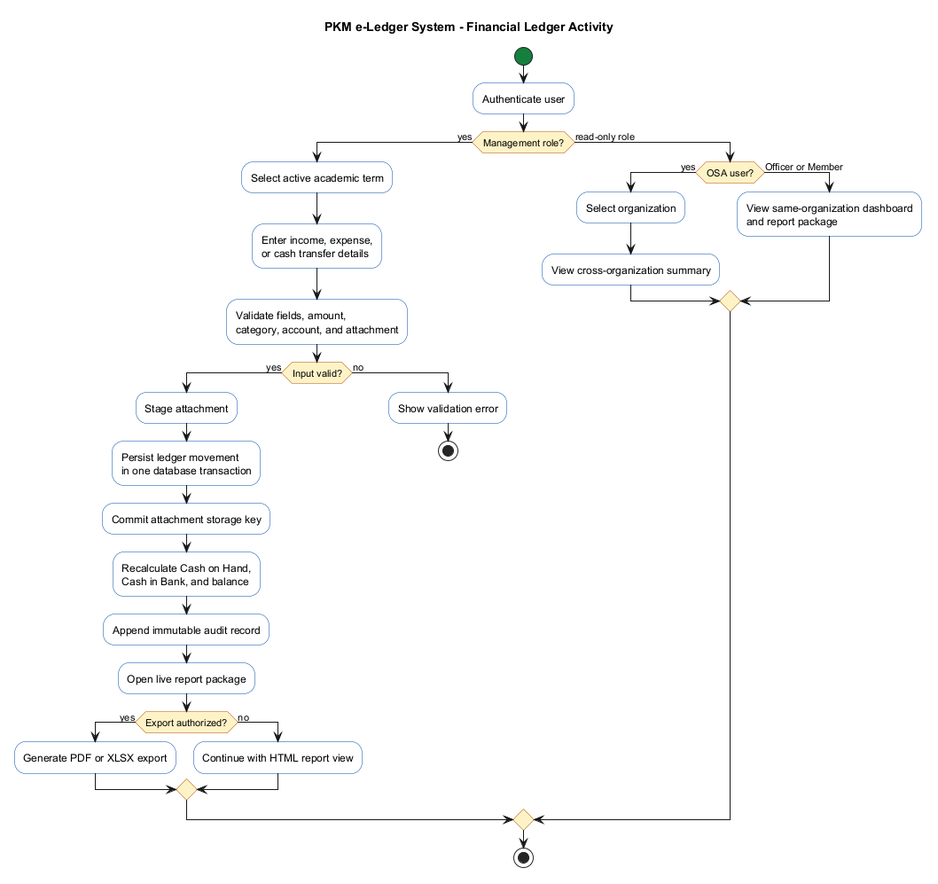
The PlantUML diagram docs/evidence/diagrams/activity-ledger-workflow.png in lucifron28/pkm-e-ledger-system, before a commit. The source it was exported from:
```plantuml
@startuml
title PKM e-Ledger System - Financial Ledger Activity
skinparam shadowing false
skinparam activity {
  BackgroundColor #F8FAFC
  BorderColor #004AAD
  DiamondBackgroundColor #FEF3C7
  DiamondBorderColor #B45309
  StartColor #15803D
  EndColor #B91C1C
}

start
:Authenticate user;
if (Management role?) then (yes)
  :Select active academic term;
  :Enter income, expense,
  or cash transfer details;
  :Validate fields, amount,
  category, account, and attachment;
  if (Input valid?) then (yes)
    :Stage attachment;
    :Persist ledger movement
    in one database transaction;
    :Commit attachment storage key;
    :Recalculate Cash on Hand,
    Cash in Bank, and balance;
    :Append immutable audit record;
    :Open live report package;
    if (Export authorized?) then (yes)
      :Generate PDF or XLSX export;
    else (no)
      :Continue with HTML report view;
    endif
  else (no)
    :Show validation error;
    stop
  endif
else (read-only role)
  if (OSA user?) then (yes)
    :Select organization;
    :View cross-organization summary;
  else (Officer or Member)
    :View same-organization dashboard
    and report package;
  endif
endif
stop
@enduml
```
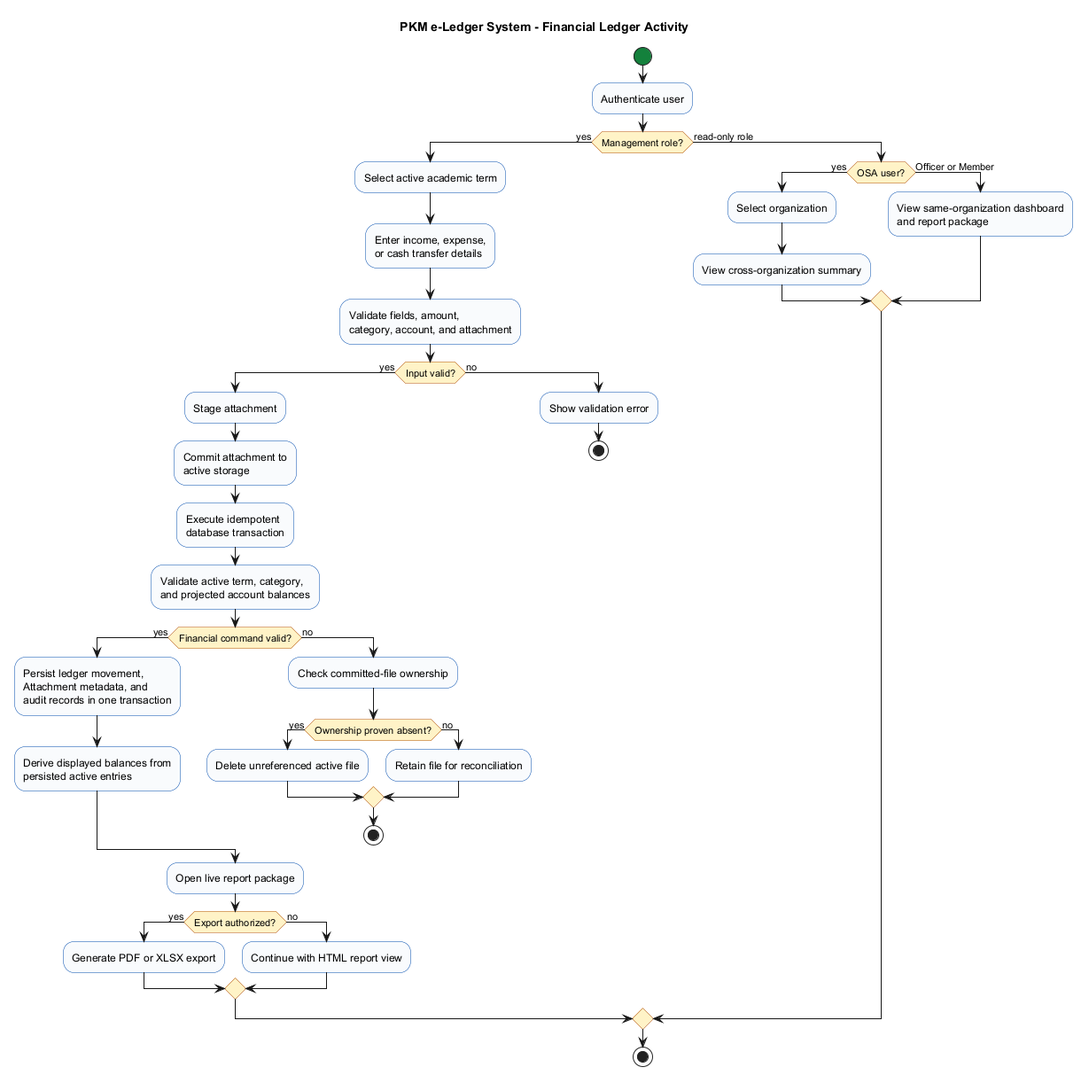
The same file after the commit.

The edit, as a diff of the source:
```diff
@@ -20,12 +20,27 @@
   category, account, and attachment;
   if (Input valid?) then (yes)
     :Stage attachment;
-    :Persist ledger movement
-    in one database transaction;
-    :Commit attachment storage key;
-    :Recalculate Cash on Hand,
-    Cash in Bank, and balance;
-    :Append immutable audit record;
+    :Commit attachment to
+    active storage;
+    :Execute idempotent
+    database transaction;
+    :Validate active term, category,
+    and projected account balances;
+    if (Financial command valid?) then (yes)
+      :Persist ledger movement,
+      Attachment metadata, and
+      audit records in one transaction;
+      :Derive displayed balances from
+      persisted active entries;
+    else (no)
+      :Check committed-file ownership;
+      if (Ownership proven absent?) then (yes)
+        :Delete unreferenced active file;
+      else (no)
+        :Retain file for reconciliation;
+      endif
+      stop
+    endif
     :Open live report package;
     if (Export authorized?) then (yes)
       :Generate PDF or XLSX export;
```
